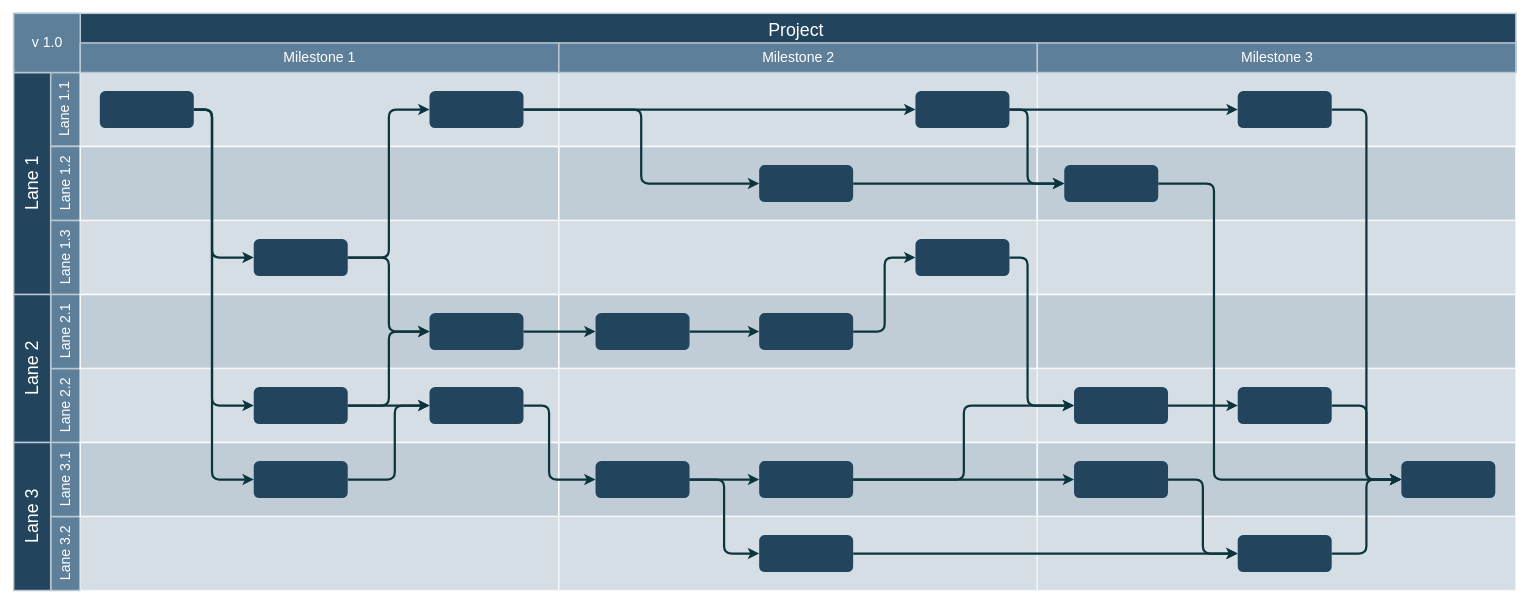
Above: Untitled Diagram.drawio in DrewRay/valhalla-docker (draw.io), before the change. Source tidied: cells renumbered, new cells numbered last; positions are measured from the earlier drawing's top-left corner, leaving out a move shared by most shapes. Both pictures are drawn from the tidied source at 74%, with x=0, y=0 at pixel (13, 13).
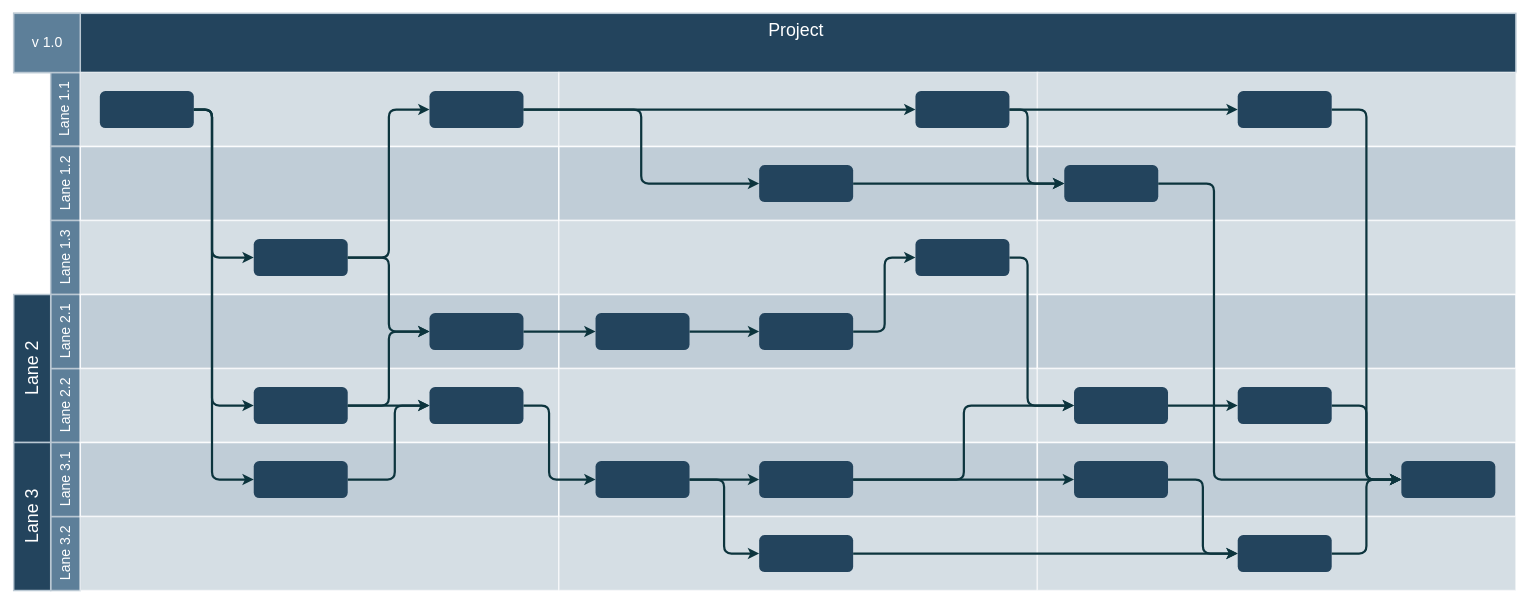
The same diagram, later.

What changed in the source:
```diff
@@
-    <mxCell id="3" value="Lane 1" style="strokeColor=#BAC8D3;fillColor=#23445D;fontSize=24;strokeWidth=2;horizontal=0;fontFamily=Helvetica;html=1;fontColor=#FFFFFF;fontStyle=0;" parent="1" vertex="1">
-      <mxGeometry y="80.5" width="50" height="300" as="geometry" />
-    </mxCell>
@@
-    <mxCell id="86" style="group;" parent="1" vertex="1">
-      <mxGeometry x="90" y="40.5" width="646.7" height="40" as="geometry" />
-    </mxCell>
-    <mxCell id="87" value="Milestone 1" style="strokeColor=#BAC8D3;fillColor=#5d7f99;fontSize=19;strokeWidth=2;fontFamily=Helvetica;html=1;labelBackgroundColor=none;fontColor=#FFFFFF;" parent="86" vertex="1">
-      <mxGeometry width="646.7" height="40" as="geometry" />
-    </mxCell>
-    <mxCell id="88" value="Milestone 2" style="strokeColor=#BAC8D3;fillColor=#5d7f99;fontSize=19;strokeWidth=2;fontFamily=Helvetica;html=1;labelBackgroundColor=none;fontColor=#FFFFFF;" parent="86" vertex="1">
-      <mxGeometry x="646.7" width="646.7" height="40" as="geometry" />
-    </mxCell>
-    <mxCell id="89" value="Milestone 3" style="strokeColor=#BAC8D3;fillColor=#5d7f99;fontSize=19;strokeWidth=2;fontFamily=Helvetica;html=1;labelBackgroundColor=none;fontColor=#FFFFFF;" parent="86" vertex="1">
-      <mxGeometry x="1293.3" width="646.7" height="40" as="geometry" />
-    </mxCell>
```
